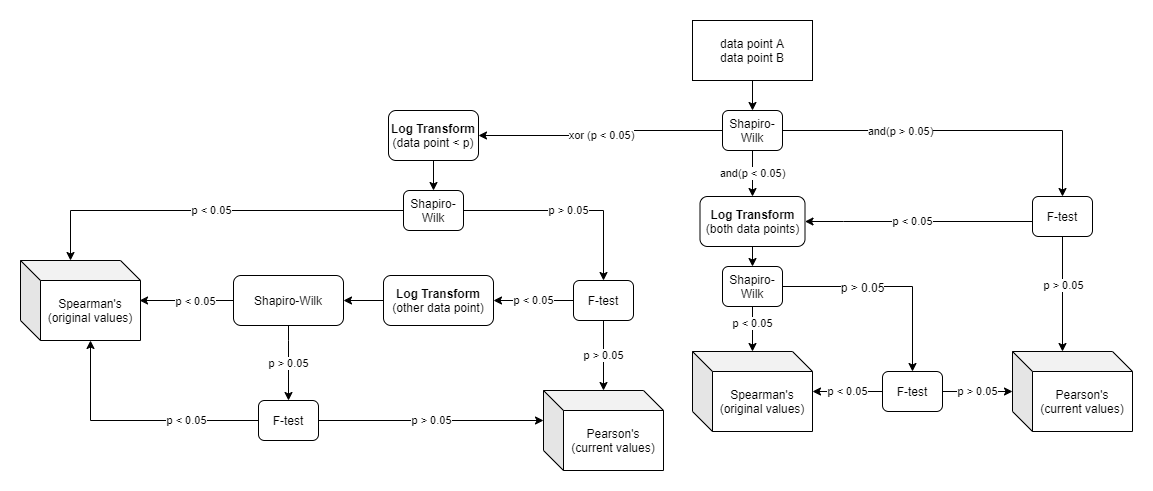
This is Test_Flow_2.png from JerrinWiley/Spearmans_Pearsons_Decider, a draw.io export, as it was before one commit. Source tidied: cells renumbered, new cells last; positions are measured from the earlier drawing's top-left corner, leaving out a move shared by most shapes.
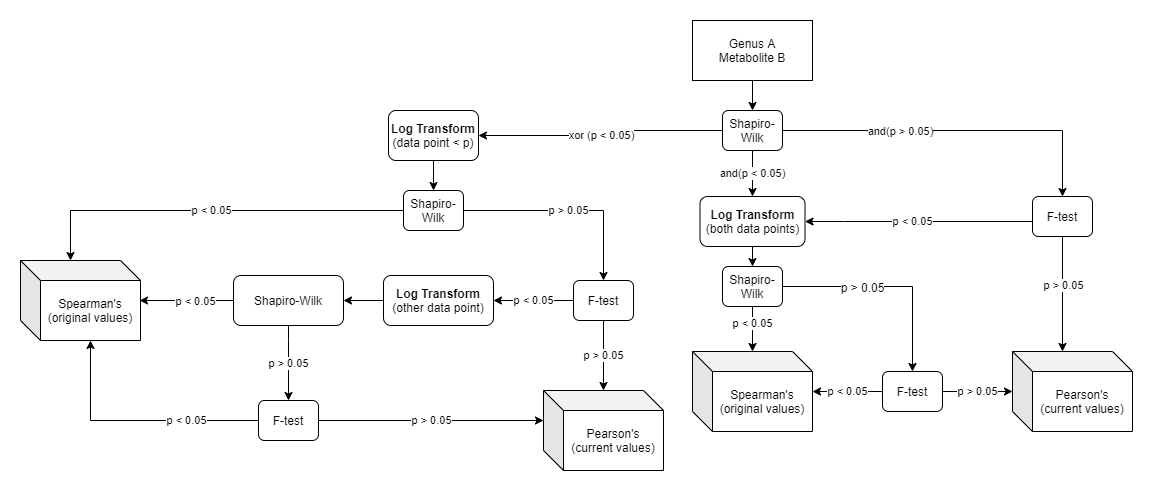
After the commit.

What changed in the source:
```diff
@@ -5,7 +5,7 @@
     <mxCell id="2" style="edgeStyle=orthogonalEdgeStyle;rounded=0;jettySize=auto;html=1;entryX=0.5;entryY=0;entryDx=0;entryDy=0;" parent="1" edge="1" source="3" target="9">
       <mxGeometry relative="1" as="geometry" />
     </mxCell>
-    <mxCell id="3" value="data point A&lt;br&gt;data point B" style="rounded=0;whiteSpace=wrap;html=1;" parent="1" vertex="1">
+    <mxCell id="3" value="Genus A&lt;br&gt;Metabolite B" style="rounded=0;whiteSpace=wrap;html=1;" parent="1" vertex="1">
       <mxGeometry x="672" width="120" height="60" as="geometry" />
     </mxCell>
     <mxCell id="4" value="and(p &amp;lt; 0.05)" style="edgeStyle=orthogonalEdgeStyle;rounded=0;jettySize=auto;html=1;entryX=0.5;entryY=0;entryDx=0;entryDy=0;" parent="1" edge="1" source="9" target="28">
```
